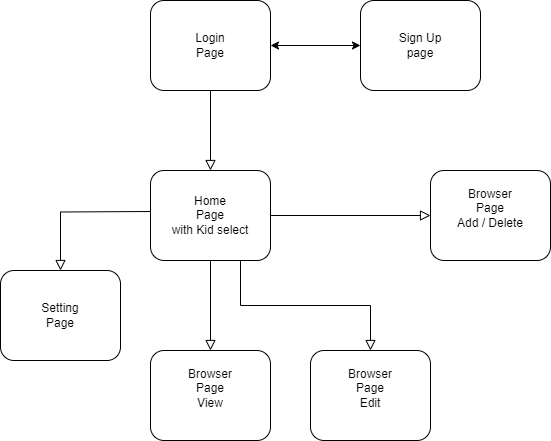
alexlin1822/web-browser keeps this draw.io diagram as KidWebBrowser.png. Above is the earlier version. Source tidied: cells renumbered, new cells last; positions are measured from the earlier drawing's top-left corner, leaving out a move shared by most shapes.
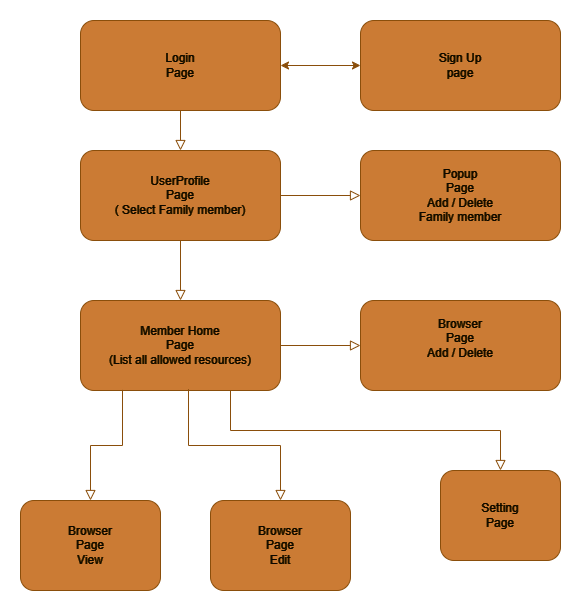
After the commit.

The edit, as a diff of the source:
```diff
@@ -2,46 +2,56 @@
   <root>
     <mxCell id="0" />
     <mxCell id="1" parent="0" />
-    <mxCell id="2" style="rounded=0;html=1;jettySize=auto;fontSize=11;endArrow=block;endFill=0;endSize=8;strokeWidth=1;shadow=0;labelBackgroundColor=none;edgeStyle=orthogonalEdgeStyle;" parent="1" edge="1" source="3" target="6">
+    <mxCell id="2" style="rounded=0;html=1;jettySize=auto;fontSize=11;endArrow=block;endFill=0;endSize=8;strokeWidth=1;shadow=0;labelBackgroundColor=none;edgeStyle=orthogonalEdgeStyle;strokeColor=#DDA15E;fontColor=default;" parent="1" edge="1" source="3" target="15">
       <mxGeometry relative="1" as="geometry" />
     </mxCell>
-    <mxCell id="3" value="Login&lt;br&gt;Page" style="rounded=1;whiteSpace=wrap;html=1;fontSize=12;glass=0;strokeWidth=1;shadow=0;" parent="1" vertex="1">
-      <mxGeometry x="150" width="120" height="90" as="geometry" />
+    <mxCell id="3" value="Login&lt;br&gt;Page" style="rounded=1;whiteSpace=wrap;html=1;fontSize=12;glass=0;strokeWidth=1;shadow=0;labelBackgroundColor=none;fillColor=#BC6C25;strokeColor=#DDA15E;fontColor=#FEFAE0;" parent="1" vertex="1">
+      <mxGeometry x="70" width="200" height="90" as="geometry" />
     </mxCell>
-    <mxCell id="4" style="endArrow=classic;startArrow=classic;html=1;rounded=0;exitX=1;exitY=0.5;exitDx=0;exitDy=0;entryX=0;entryY=0.5;entryDx=0;entryDy=0;" parent="1" edge="1" source="3" target="5">
+    <mxCell id="4" style="endArrow=classic;startArrow=classic;html=1;rounded=0;exitX=1;exitY=0.5;exitDx=0;exitDy=0;entryX=0;entryY=0.5;entryDx=0;entryDy=0;labelBackgroundColor=none;strokeColor=#DDA15E;fontColor=default;" parent="1" edge="1" source="3" target="5">
       <mxGeometry relative="1" as="geometry" />
     </mxCell>
-    <mxCell id="5" value="Sign Up&lt;br&gt;page" style="rounded=1;whiteSpace=wrap;html=1;fontSize=12;glass=0;strokeWidth=1;shadow=0;" parent="1" vertex="1">
-      <mxGeometry x="360" width="120" height="90" as="geometry" />
+    <mxCell id="5" value="Sign Up&lt;br&gt;page" style="rounded=1;whiteSpace=wrap;html=1;fontSize=12;glass=0;strokeWidth=1;shadow=0;labelBackgroundColor=none;fillColor=#BC6C25;strokeColor=#DDA15E;fontColor=#FEFAE0;" parent="1" vertex="1">
+      <mxGeometry x="350" width="200" height="90" as="geometry" />
     </mxCell>
-    <mxCell id="6" value="Home&lt;br&gt;Page&lt;br&gt;with Kid select" style="rounded=1;whiteSpace=wrap;html=1;fontSize=12;glass=0;strokeWidth=1;shadow=0;" parent="1" vertex="1">
-      <mxGeometry x="150" y="170" width="120" height="90" as="geometry" />
+    <mxCell id="6" value="Member Home&lt;br&gt;Page&lt;br&gt;(List all allowed resources)" style="rounded=1;whiteSpace=wrap;html=1;fontSize=12;glass=0;strokeWidth=1;shadow=0;labelBackgroundColor=none;fillColor=#BC6C25;strokeColor=#DDA15E;fontColor=#FEFAE0;" parent="1" vertex="1">
+      <mxGeometry x="70" y="280" width="200" height="90" as="geometry" />
     </mxCell>
-    <mxCell id="7" style="rounded=0;html=1;jettySize=auto;fontSize=11;endArrow=block;endFill=0;endSize=8;strokeWidth=1;shadow=0;labelBackgroundColor=none;edgeStyle=orthogonalEdgeStyle;exitX=0.5;exitY=1;exitDx=0;exitDy=0;" parent="1" edge="1" source="6" target="8">
+    <mxCell id="7" style="rounded=0;html=1;jettySize=auto;fontSize=11;endArrow=block;endFill=0;endSize=8;strokeWidth=1;shadow=0;labelBackgroundColor=none;edgeStyle=orthogonalEdgeStyle;exitX=0.21;exitY=0.993;exitDx=0;exitDy=0;strokeColor=#DDA15E;fontColor=default;exitPerimeter=0;" parent="1" edge="1" source="6" target="8">
       <mxGeometry relative="1" as="geometry" />
     </mxCell>
-    <mxCell id="8" value="Browser&lt;br style=&quot;border-color: var(--border-color);&quot;&gt;Page&lt;br style=&quot;border-color: var(--border-color);&quot;&gt;View&lt;br style=&quot;border-color: var(--border-color);&quot;&gt;&amp;nbsp;" style="rounded=1;whiteSpace=wrap;html=1;fontSize=12;glass=0;strokeWidth=1;shadow=0;" parent="1" vertex="1">
-      <mxGeometry x="150" y="350" width="120" height="90" as="geometry" />
+    <mxCell id="8" value="Browser&lt;br style=&quot;border-color: var(--border-color);&quot;&gt;Page&lt;br style=&quot;border-color: var(--border-color);&quot;&gt;View" style="rounded=1;whiteSpace=wrap;html=1;fontSize=12;glass=0;strokeWidth=1;shadow=0;labelBackgroundColor=none;fillColor=#BC6C25;strokeColor=#DDA15E;fontColor=#FEFAE0;" parent="1" vertex="1">
+      <mxGeometry x="10" y="480" width="140" height="90" as="geometry" />
     </mxCell>
-    <mxCell id="9" style="rounded=0;html=1;jettySize=auto;fontSize=11;endArrow=block;endFill=0;endSize=8;strokeWidth=1;shadow=0;labelBackgroundColor=none;edgeStyle=orthogonalEdgeStyle;entryX=0.5;entryY=0;entryDx=0;entryDy=0;" parent="1" edge="1" target="14">
-      <mxGeometry relative="1" as="geometry">
-        <mxPoint x="150" y="211" as="sourcePoint" />
-      </mxGeometry>
+    <mxCell id="9" style="rounded=0;html=1;jettySize=auto;fontSize=11;endArrow=block;endFill=0;endSize=8;strokeWidth=1;shadow=0;labelBackgroundColor=none;edgeStyle=orthogonalEdgeStyle;entryX=0.5;entryY=0;entryDx=0;entryDy=0;strokeColor=#DDA15E;fontColor=default;exitX=0.75;exitY=1;exitDx=0;exitDy=0;" parent="1" edge="1" source="6" target="14">
+      <mxGeometry relative="1" as="geometry" />
     </mxCell>
-    <mxCell id="10" style="rounded=0;html=1;jettySize=auto;fontSize=11;endArrow=block;endFill=0;endSize=8;strokeWidth=1;shadow=0;labelBackgroundColor=none;edgeStyle=orthogonalEdgeStyle;exitX=1;exitY=0.5;exitDx=0;exitDy=0;" parent="1" edge="1" source="6" target="11">
+    <mxCell id="10" style="rounded=0;html=1;jettySize=auto;fontSize=11;endArrow=block;endFill=0;endSize=8;strokeWidth=1;shadow=0;labelBackgroundColor=none;edgeStyle=orthogonalEdgeStyle;strokeColor=#DDA15E;fontColor=default;" parent="1" edge="1" source="6" target="11">
       <mxGeometry relative="1" as="geometry" />
     </mxCell>
-    <mxCell id="11" value="Browser &lt;br&gt;Page&lt;br&gt;Add / Delete&lt;br&gt;&amp;nbsp;" style="rounded=1;whiteSpace=wrap;html=1;fontSize=12;glass=0;strokeWidth=1;shadow=0;" parent="1" vertex="1">
-      <mxGeometry x="430" y="170" width="120" height="90" as="geometry" />
+    <mxCell id="11" value="Browser &lt;br&gt;Page&lt;br&gt;Add / Delete&lt;br&gt;&amp;nbsp;" style="rounded=1;whiteSpace=wrap;html=1;fontSize=12;glass=0;strokeWidth=1;shadow=0;labelBackgroundColor=none;fillColor=#BC6C25;strokeColor=#DDA15E;fontColor=#FEFAE0;" parent="1" vertex="1">
+      <mxGeometry x="350" y="280" width="200" height="90" as="geometry" />
     </mxCell>
-    <mxCell id="12" value="Browser&lt;br style=&quot;border-color: var(--border-color);&quot;&gt;Page&lt;br style=&quot;border-color: var(--border-color);&quot;&gt;Edit&lt;br style=&quot;border-color: var(--border-color);&quot;&gt;&amp;nbsp;" style="rounded=1;whiteSpace=wrap;html=1;fontSize=12;glass=0;strokeWidth=1;shadow=0;" parent="1" vertex="1">
-      <mxGeometry x="310" y="350" width="120" height="90" as="geometry" />
+    <mxCell id="12" value="Browser&lt;br style=&quot;border-color: var(--border-color);&quot;&gt;Page&lt;br style=&quot;border-color: var(--border-color);&quot;&gt;Edit" style="rounded=1;whiteSpace=wrap;html=1;fontSize=12;glass=0;strokeWidth=1;shadow=0;labelBackgroundColor=none;fillColor=#BC6C25;strokeColor=#DDA15E;fontColor=#FEFAE0;" parent="1" vertex="1">
+      <mxGeometry x="200" y="480" width="140" height="90" as="geometry" />
     </mxCell>
-    <mxCell id="13" style="rounded=0;html=1;jettySize=auto;fontSize=11;endArrow=block;endFill=0;endSize=8;strokeWidth=1;shadow=0;labelBackgroundColor=none;edgeStyle=orthogonalEdgeStyle;exitX=0.75;exitY=1;exitDx=0;exitDy=0;" parent="1" edge="1" source="6" target="12">
+    <mxCell id="13" style="rounded=0;html=1;jettySize=auto;fontSize=11;endArrow=block;endFill=0;endSize=8;strokeWidth=1;shadow=0;labelBackgroundColor=none;edgeStyle=orthogonalEdgeStyle;exitX=0.54;exitY=0.985;exitDx=0;exitDy=0;strokeColor=#DDA15E;fontColor=default;exitPerimeter=0;" parent="1" edge="1" source="6" target="12">
       <mxGeometry relative="1" as="geometry" />
     </mxCell>
-    <mxCell id="14" value="Setting&lt;br&gt;Page" style="rounded=1;whiteSpace=wrap;html=1;fontSize=12;glass=0;strokeWidth=1;shadow=0;" parent="1" vertex="1">
-      <mxGeometry y="270" width="120" height="90" as="geometry" />
+    <mxCell id="14" value="Setting&lt;br&gt;Page" style="rounded=1;whiteSpace=wrap;html=1;fontSize=12;glass=0;strokeWidth=1;shadow=0;labelBackgroundColor=none;fillColor=#BC6C25;strokeColor=#DDA15E;fontColor=#FEFAE0;" parent="1" vertex="1">
+      <mxGeometry x="430" y="450" width="120" height="90" as="geometry" />
     </mxCell>
+    <mxCell id="15" value="UserProfile&lt;br&gt;Page&lt;br&gt;( Select Family member)" style="rounded=1;whiteSpace=wrap;html=1;fontSize=12;glass=0;strokeWidth=1;shadow=0;labelBackgroundColor=none;fillColor=#BC6C25;strokeColor=#DDA15E;fontColor=#FEFAE0;" parent="1" vertex="1">
+      <mxGeometry x="70" y="130" width="200" height="90" as="geometry" />
+    </mxCell>
+    <mxCell id="16" style="rounded=0;html=1;jettySize=auto;fontSize=11;endArrow=block;endFill=0;endSize=8;strokeWidth=1;shadow=0;labelBackgroundColor=none;edgeStyle=orthogonalEdgeStyle;exitX=0.5;exitY=1;exitDx=0;exitDy=0;entryX=0.5;entryY=0;entryDx=0;entryDy=0;strokeColor=#DDA15E;fontColor=default;" parent="1" edge="1" source="15" target="6">
+      <mxGeometry relative="1" as="geometry" />
+    </mxCell>
+    <mxCell id="17" value="Popup&lt;br&gt;Page&lt;br&gt;Add / Delete &lt;br&gt;Family member" style="rounded=1;whiteSpace=wrap;html=1;fontSize=12;glass=0;strokeWidth=1;shadow=0;labelBackgroundColor=none;fillColor=#BC6C25;strokeColor=#DDA15E;fontColor=#FEFAE0;" parent="1" vertex="1">
+      <mxGeometry x="350" y="130" width="200" height="90" as="geometry" />
+    </mxCell>
+    <mxCell id="18" style="rounded=0;html=1;jettySize=auto;fontSize=11;endArrow=block;endFill=0;endSize=8;strokeWidth=1;shadow=0;labelBackgroundColor=none;edgeStyle=orthogonalEdgeStyle;strokeColor=#DDA15E;fontColor=default;entryX=0;entryY=0.5;entryDx=0;entryDy=0;" parent="1" edge="1" source="15" target="17">
+      <mxGeometry relative="1" as="geometry" />
+    </mxCell>
   </root>
 </mxGraphModel>
```
